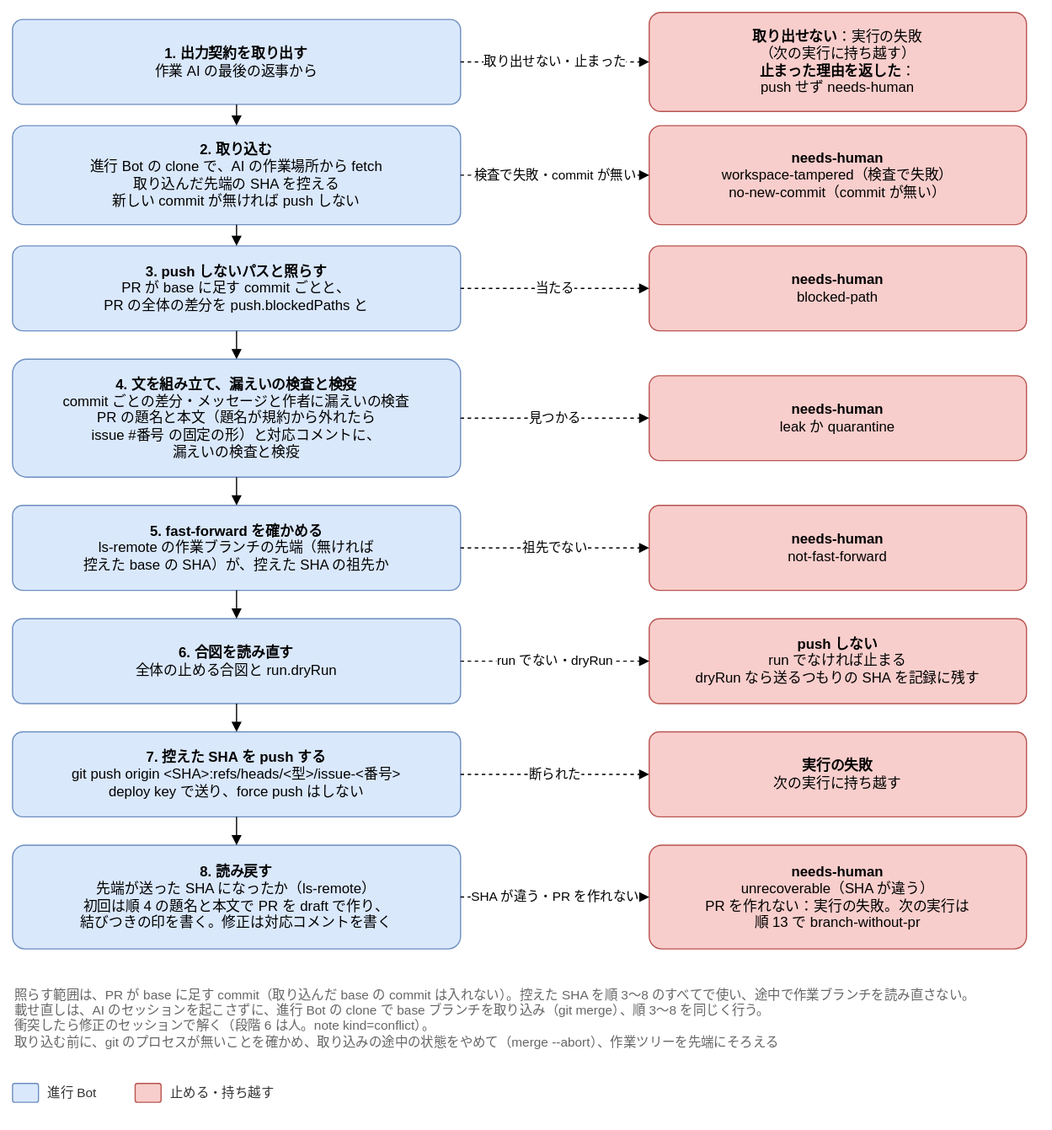
Above: docs/design/basic/diagrams/02-push.drawio.svg in Joymerrevent/dev-autopilot (draw.io), before the change. Source tidied: cells renumbered, new cells last; positions are measured from the earlier drawing's top-left corner, leaving out a move shared by most shapes.
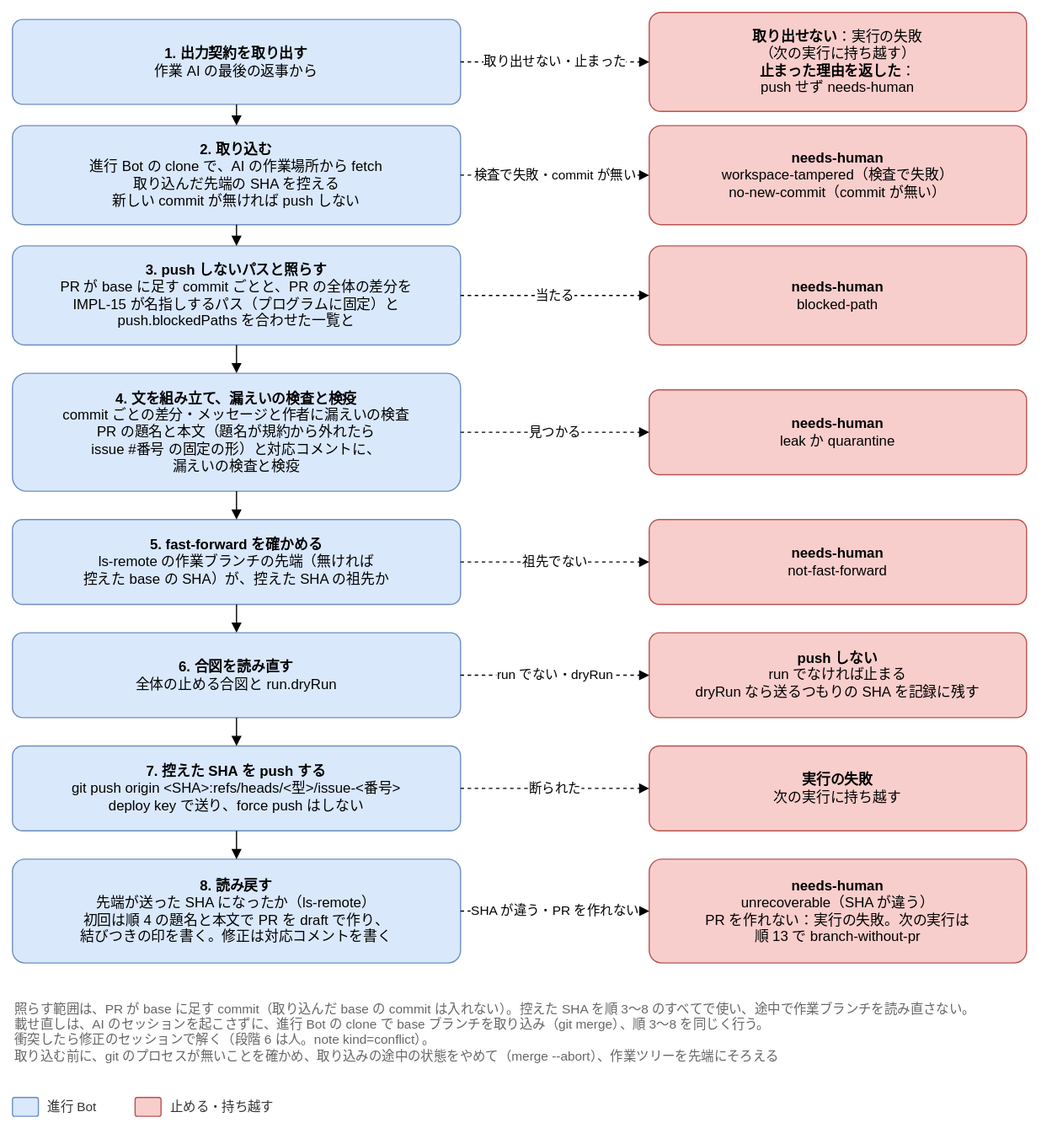
After the change.

Change to the diagram source:
```diff
@@ -3,19 +3,19 @@
     <mxCell id="0" />
     <mxCell id="1" parent="0" />
     <mxCell id="2" value="&lt;b&gt;1. 出力契約を取り出す&lt;/b&gt;&lt;br&gt;作業 AI の最後の返事から" style="rounded=1;whiteSpace=wrap;html=1;fontSize=12;arcSize=12;spacing=12;fillColor=#dae8fc;strokeColor=#6c8ebf;" parent="1" vertex="1">
-      <mxGeometry y="6" width="380" height="72" as="geometry" />
+      <mxGeometry y="-6" width="380" height="72" as="geometry" />
     </mxCell>
     <mxCell id="3" value="&lt;b&gt;取り出せない&lt;/b&gt;：実行の失敗&lt;br&gt;（次の実行に持ち越す）&lt;br&gt;&lt;b&gt;止まった理由を返した&lt;/b&gt;：&lt;br&gt;push せず needs-human" style="rounded=1;whiteSpace=wrap;html=1;fontSize=12;arcSize=12;spacing=12;fillColor=#f8cecc;strokeColor=#b85450;" parent="1" vertex="1">
-      <mxGeometry x="540" width="320" height="84" as="geometry" />
+      <mxGeometry x="540" y="-12" width="320" height="84" as="geometry" />
     </mxCell>
     <mxCell id="4" value="取り出せない・止まった" style="edgeStyle=orthogonalEdgeStyle;rounded=1;html=1;endArrow=block;endFill=1;fontSize=11;labelBackgroundColor=#ffffff;dashed=1;exitX=1;exitY=0.5;exitDx=0;exitDy=0;entryX=0;entryY=0.5;entryDx=0;entryDy=0;" parent="1" edge="1" source="2" target="3">
       <mxGeometry relative="1" as="geometry" />
     </mxCell>
     <mxCell id="5" value="&lt;b&gt;2. 取り込む&lt;/b&gt;&lt;br&gt;進行 Bot の clone で、AI の作業場所から fetch&lt;br&gt;取り込んだ先端の SHA を控える&lt;br&gt;新しい commit が無ければ push しない" style="rounded=1;whiteSpace=wrap;html=1;fontSize=12;arcSize=12;spacing=12;fillColor=#dae8fc;strokeColor=#6c8ebf;" parent="1" vertex="1">
-      <mxGeometry y="96" width="380" height="84" as="geometry" />
+      <mxGeometry y="84" width="380" height="84" as="geometry" />
     </mxCell>
     <mxCell id="6" value="&lt;b&gt;needs-human&lt;/b&gt;&lt;br&gt;workspace-tampered（検査で失敗）&lt;br&gt;no-new-commit（commit が無い）" style="rounded=1;whiteSpace=wrap;html=1;fontSize=12;arcSize=12;spacing=12;fillColor=#f8cecc;strokeColor=#b85450;" parent="1" vertex="1">
-      <mxGeometry x="540" y="96" width="320" height="84" as="geometry" />
+      <mxGeometry x="540" y="84" width="320" height="84" as="geometry" />
     </mxCell>
     <mxCell id="7" value="検査で失敗・commit が無い" style="edgeStyle=orthogonalEdgeStyle;rounded=1;html=1;endArrow=block;endFill=1;fontSize=11;labelBackgroundColor=#ffffff;dashed=1;exitX=1;exitY=0.5;exitDx=0;exitDy=0;entryX=0;entryY=0.5;entryDx=0;entryDy=0;" parent="1" edge="1" source="5" target="6">
       <mxGeometry relative="1" as="geometry" />
@@ -23,11 +23,11 @@
     <mxCell id="8" style="edgeStyle=orthogonalEdgeStyle;rounded=1;html=1;endArrow=block;endFill=1;fontSize=11;labelBackgroundColor=#ffffff;exitX=0.5;exitY=1;exitDx=0;exitDy=0;entryX=0.5;entryY=0;entryDx=0;entryDy=0;" parent="1" edge="1" source="2" target="5">
       <mxGeometry relative="1" as="geometry" />
     </mxCell>
-    <mxCell id="9" value="&lt;b&gt;3. push しないパスと照らす&lt;/b&gt;&lt;br&gt;PR が base に足す commit ごとと、&lt;br&gt;PR の全体の差分を push.blockedPaths と" style="rounded=1;whiteSpace=wrap;html=1;fontSize=12;arcSize=12;spacing=12;fillColor=#dae8fc;strokeColor=#6c8ebf;" parent="1" vertex="1">
-      <mxGeometry y="198" width="380" height="72" as="geometry" />
+    <mxCell id="9" value="&lt;b&gt;3. push しないパスと照らす&lt;/b&gt;&lt;br&gt;PR が base に足す commit ごとと、PR の全体の差分を&lt;br&gt;IMPL-15 が名指しするパス（プログラムに固定）と&lt;br&gt;push.blockedPaths を合わせた一覧と" style="rounded=1;whiteSpace=wrap;html=1;fontSize=12;arcSize=12;spacing=12;fillColor=#dae8fc;strokeColor=#6c8ebf;" parent="1" vertex="1">
+      <mxGeometry y="186" width="380" height="84" as="geometry" />
     </mxCell>
     <mxCell id="10" value="&lt;b&gt;needs-human&lt;/b&gt;&lt;br&gt;blocked-path" style="rounded=1;whiteSpace=wrap;html=1;fontSize=12;arcSize=12;spacing=12;fillColor=#f8cecc;strokeColor=#b85450;" parent="1" vertex="1">
-      <mxGeometry x="540" y="198" width="320" height="72" as="geometry" />
+      <mxGeometry x="540" y="186" width="320" height="84" as="geometry" />
     </mxCell>
     <mxCell id="11" value="当たる" style="edgeStyle=orthogonalEdgeStyle;rounded=1;html=1;endArrow=block;endFill=1;fontSize=11;labelBackgroundColor=#ffffff;dashed=1;exitX=1;exitY=0.5;exitDx=0;exitDy=0;entryX=0;entryY=0.5;entryDx=0;entryDy=0;" parent="1" edge="1" source="9" target="10">
       <mxGeometry relative="1" as="geometry" />
```
